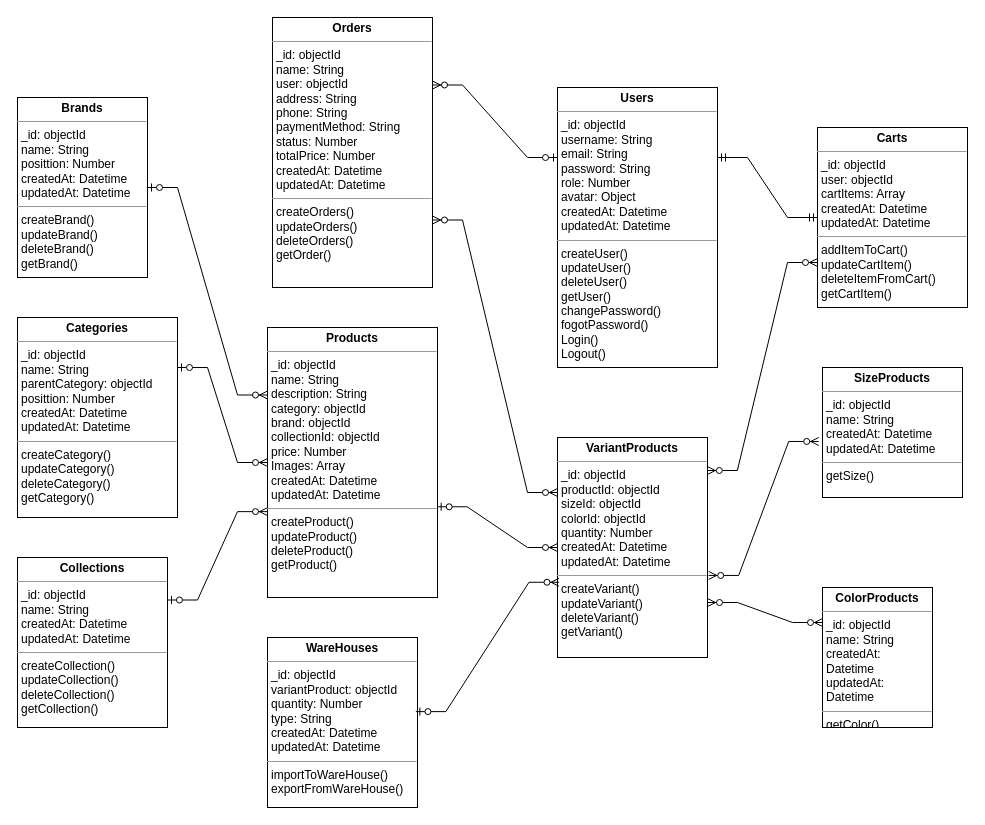
The draw.io diagram DD/DB_D.drawio in hieuNV0871/da, before the edit. Source tidied: cells renumbered, new cells numbered last; positions are measured from the earlier drawing's top-left corner, leaving out a move shared by most shapes. Both pictures are drawn from the tidied source at 100%, with x=0, y=0 at pixel (17, 17).
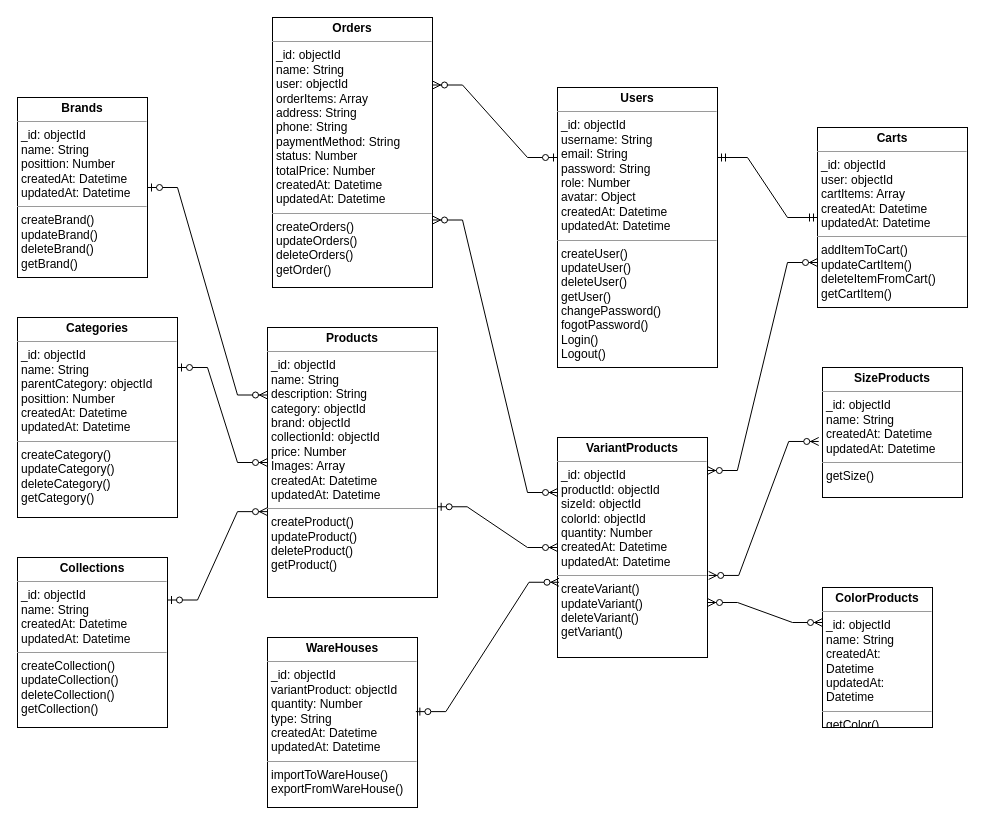
Above is the later version.

Change to the diagram source:
```diff
@@
-    <mxCell id="11" value="&lt;p style=&quot;margin:0px;margin-top:4px;text-align:center;&quot;&gt;&lt;b&gt;Orders&lt;/b&gt;&lt;/p&gt;&lt;hr size=&quot;1&quot;&gt;&lt;p style=&quot;margin:0px;margin-left:4px;&quot;&gt;_id: objectId&lt;/p&gt;&lt;p style=&quot;margin:0px;margin-left:4px;&quot;&gt;name: String&lt;/p&gt;&lt;p style=&quot;margin:0px;margin-left:4px;&quot;&gt;user: objectId&lt;/p&gt;&lt;p style=&quot;margin:0px;margin-left:4px;&quot;&gt;address: String&lt;/p&gt;&lt;p style=&quot;margin:0px;margin-left:4px;&quot;&gt;phone: String&lt;/p&gt;&lt;p style=&quot;margin:0px;margin-left:4px;&quot;&gt;paymentMethod: String&lt;/p&gt;&lt;p style=&quot;margin:0px;margin-left:4px;&quot;&gt;status: Number&lt;/p&gt;&lt;p style=&quot;margin:0px;margin-left:4px;&quot;&gt;totalPrice: Number&lt;/p&gt;&lt;p style=&quot;margin:0px;margin-left:4px;&quot;&gt;createdAt: Datetime&lt;/p&gt;&lt;p style=&quot;margin:0px;margin-left:4px;&quot;&gt;updatedAt: Datetime&lt;/p&gt;&lt;hr size=&quot;1&quot;&gt;&lt;p style=&quot;border-color: var(--border-color); margin: 0px 0px 0px 4px;&quot;&gt;createOrders()&lt;/p&gt;&lt;p style=&quot;border-color: var(--border-color); margin: 0px 0px 0px 4px;&quot;&gt;updateOrders()&lt;/p&gt;&lt;p style=&quot;border-color: var(--border-color); margin: 0px 0px 0px 4px;&quot;&gt;deleteOrders()&lt;/p&gt;&lt;p style=&quot;border-color: var(--border-color); margin: 0px 0px 0px 4px;&quot;&gt;getOrder()&lt;/p&gt;" style="verticalAlign=top;align=left;overflow=fill;fontSize=12;fontFamily=Helvetica;html=1;whiteSpace=wrap;" parent="1" vertex="1">
+    <mxCell id="11" value="&lt;p style=&quot;margin:0px;margin-top:4px;text-align:center;&quot;&gt;&lt;b&gt;Orders&lt;/b&gt;&lt;/p&gt;&lt;hr size=&quot;1&quot;&gt;&lt;p style=&quot;margin:0px;margin-left:4px;&quot;&gt;_id: objectId&lt;/p&gt;&lt;p style=&quot;margin:0px;margin-left:4px;&quot;&gt;name: String&lt;/p&gt;&lt;p style=&quot;margin:0px;margin-left:4px;&quot;&gt;user: objectId&lt;/p&gt;&lt;p style=&quot;margin:0px;margin-left:4px;&quot;&gt;orderItems: Array&lt;/p&gt;&lt;p style=&quot;margin:0px;margin-left:4px;&quot;&gt;address: String&lt;/p&gt;&lt;p style=&quot;margin:0px;margin-left:4px;&quot;&gt;phone: String&lt;/p&gt;&lt;p style=&quot;margin:0px;margin-left:4px;&quot;&gt;paymentMethod: String&lt;/p&gt;&lt;p style=&quot;margin:0px;margin-left:4px;&quot;&gt;status: Number&lt;/p&gt;&lt;p style=&quot;margin:0px;margin-left:4px;&quot;&gt;totalPrice: Number&lt;/p&gt;&lt;p style=&quot;margin:0px;margin-left:4px;&quot;&gt;createdAt: Datetime&lt;/p&gt;&lt;p style=&quot;margin:0px;margin-left:4px;&quot;&gt;updatedAt: Datetime&lt;/p&gt;&lt;hr size=&quot;1&quot;&gt;&lt;p style=&quot;border-color: var(--border-color); margin: 0px 0px 0px 4px;&quot;&gt;createOrders()&lt;/p&gt;&lt;p style=&quot;border-color: var(--border-color); margin: 0px 0px 0px 4px;&quot;&gt;updateOrders()&lt;/p&gt;&lt;p style=&quot;border-color: var(--border-color); margin: 0px 0px 0px 4px;&quot;&gt;deleteOrders()&lt;/p&gt;&lt;p style=&quot;border-color: var(--border-color); margin: 0px 0px 0px 4px;&quot;&gt;getOrder()&lt;/p&gt;" style="verticalAlign=top;align=left;overflow=fill;fontSize=12;fontFamily=Helvetica;html=1;whiteSpace=wrap;" parent="1" vertex="1">
       <mxGeometry x="255" width="160" height="270" as="geometry" />
     </mxCell>
```
